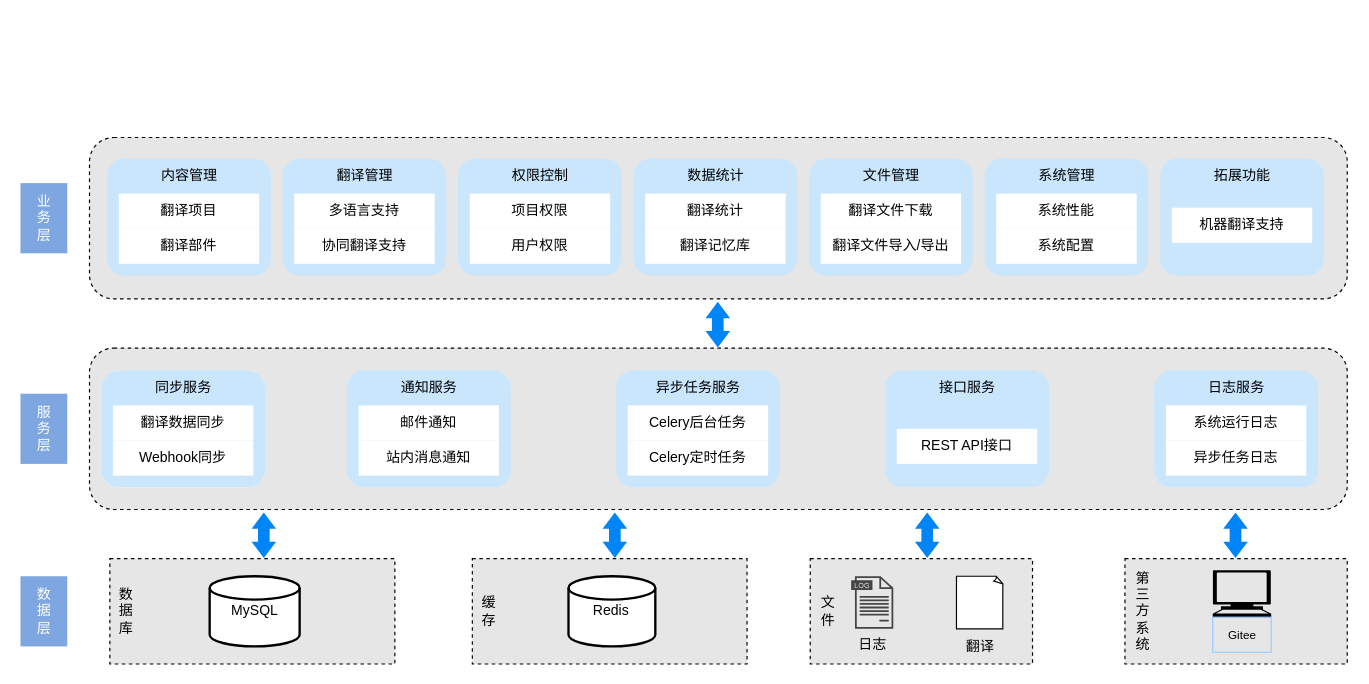
The draw.io diagram weblate/weblate架构图.drawio in weijiang1994/draw-io, before the edit. Source tidied: cells renumbered, new cells numbered last; positions are measured from the earlier drawing's top-left corner, leaving out a move shared by most shapes. Both pictures are drawn from the tidied source at 117%, with x=0, y=0 at pixel (20, 137).
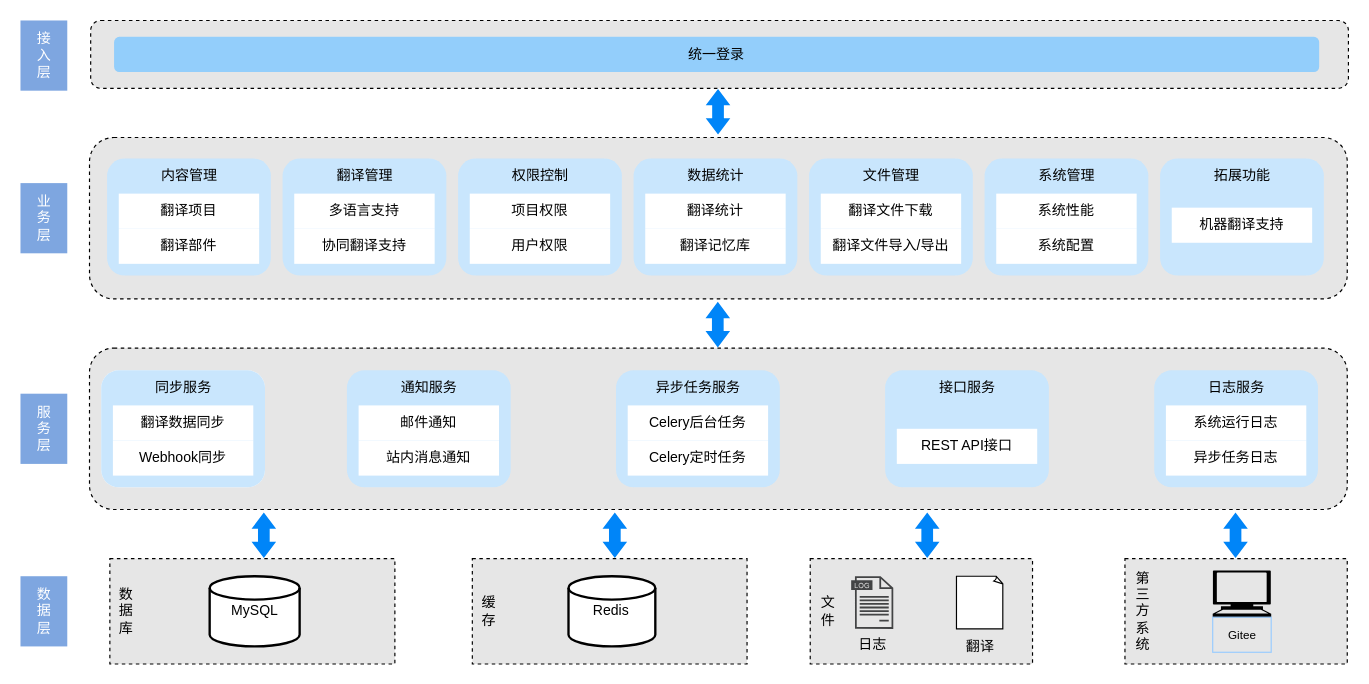
The same diagram, later.

Commit message (it also covers changes not shown here):
更新weblate架构图.drawio

Change to the diagram source:
```diff
@@
+    <mxCell id="103" value="接&lt;br&gt;入&lt;br&gt;层" style="text;html=1;align=center;verticalAlign=middle;strokeColor=none;fillColor=#7EA6E0;fontColor=#FFFFFF;" parent="1" vertex="1">
+      <mxGeometry y="-100" width="40" height="60" as="geometry" />
+    </mxCell>
+    <mxCell id="104" style="group;" parent="1" vertex="1">
+      <mxGeometry x="60" y="-100" width="1075" height="58" as="geometry" />
+    </mxCell>
+    <mxCell id="105" style="rounded=1;whiteSpace=wrap;html=1;dashed=1;fillColor=#E6E6E6;" parent="104" vertex="1">
+      <mxGeometry width="1075" height="58" as="geometry" />
+    </mxCell>
+    <mxCell id="106" value="统一登录" style="rounded=1;whiteSpace=wrap;html=1;fillColor=#93CEFB;strokeColor=none;" parent="104" vertex="1">
+      <mxGeometry x="20" y="14" width="1030" height="30" as="geometry" />
+    </mxCell>
+    <mxCell id="107" style="shape=flexArrow;endArrow=classic;startArrow=classic;html=1;rounded=0;endWidth=10;endSize=4.33;startWidth=10;startSize=4.33;fillColor=#0085F8;strokeColor=none;" parent="1" edge="1">
+      <mxGeometry relative="1" as="geometry">
+        <mxPoint x="596.2" y="-2" as="sourcePoint" />
+        <mxPoint x="596.2" y="-42" as="targetPoint" />
+      </mxGeometry>
+    </mxCell>
```
